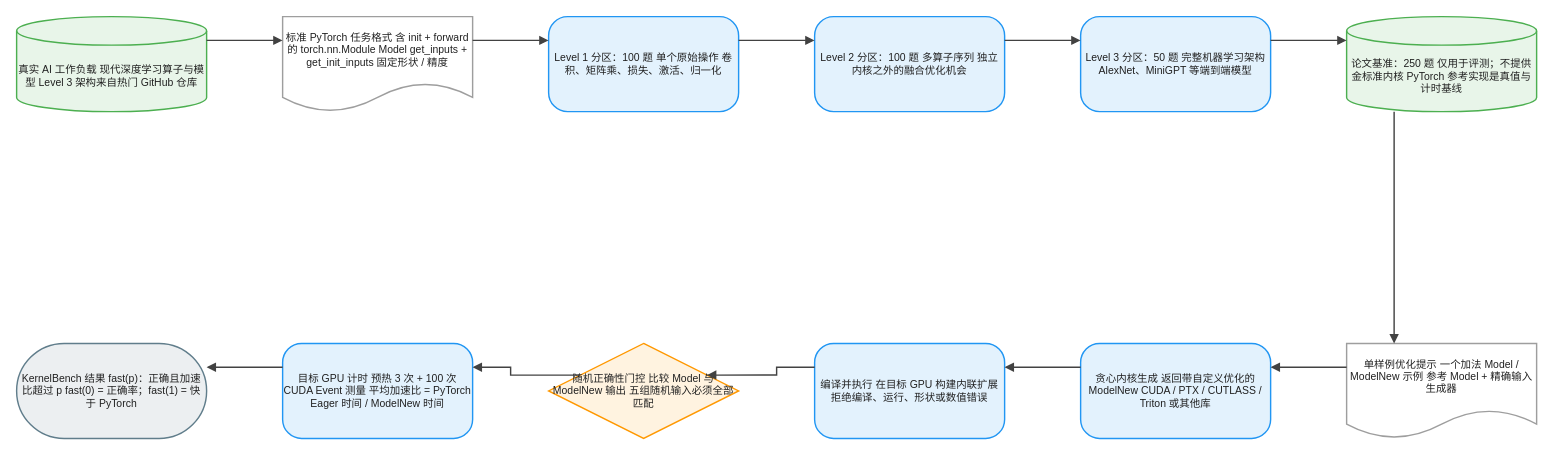
joe1chief/benchmark-hub keeps this draw.io diagram as client/public/drawio/KernelBench/KernelBench.zh.drawio. Above is the earlier version. Source tidied: cells renumbered, new cells numbered last; positions are measured from the earlier drawing's top-left corner, leaving out a move shared by most shapes. Both pictures are drawn from the tidied source at 95%, with x=0, y=0 at pixel (16, 16).
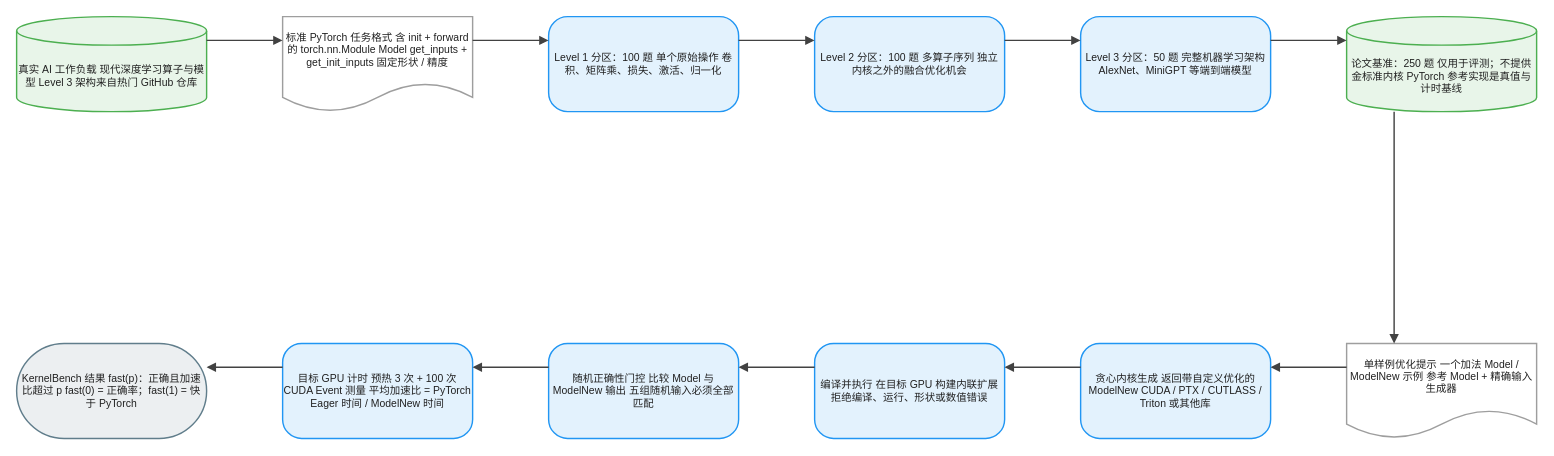
After the change.

Change to the diagram source:
```diff
@@
-    <mxCell id="11" value="随机正确性门控 比较 Model 与 ModelNew 输出 五组随机输入必须全部匹配" style="rhombus;html=1;whiteSpace=wrap;fillColor=#FFF3E0;strokeColor=#FF9800;strokeWidth=1.5;fontColor=#212121;fontSize=11;fontFamily=Arial, Helvetica, sans-serif;verticalAlign=middle;align=center;" parent="1" vertex="1">
+    <mxCell id="11" value="随机正确性门控 比较 Model 与 ModelNew 输出 五组随机输入必须全部匹配" style="rounded=1;arcSize=20;html=1;whiteSpace=wrap;fillColor=#E3F2FD;strokeColor=#2196F3;strokeWidth=1.5;fontColor=#212121;fontSize=11;fontFamily=Arial, Helvetica, sans-serif;verticalAlign=middle;align=center;" parent="1" vertex="1">
       <mxGeometry x="560" y="344" width="200" height="100" as="geometry" />
     </mxCell>
```
